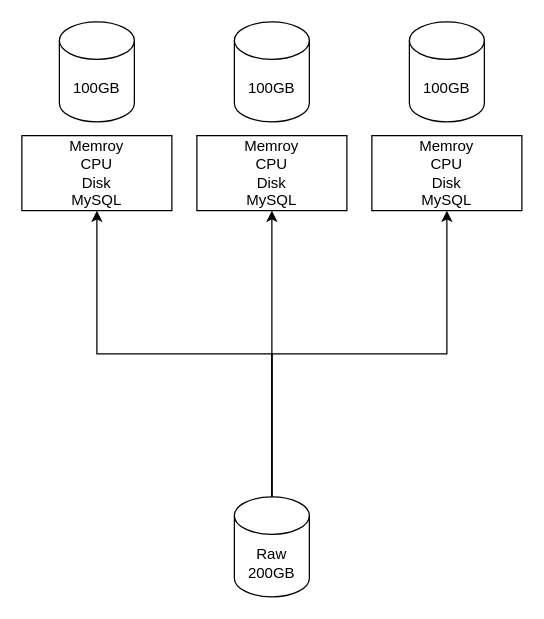
Above: page "Página-4" (4 of 4) of Apuntes-13-02-2024.drawio in KevinCordoba/RepositoriodeDiagramas (draw.io), before the change. Source tidied: cells renumbered, new cells numbered last; positions are measured from the earlier drawing's top-left corner, leaving out a move shared by most shapes. Both pictures are drawn from the tidied source at 125%, with x=0, y=0 at pixel (21, 21).
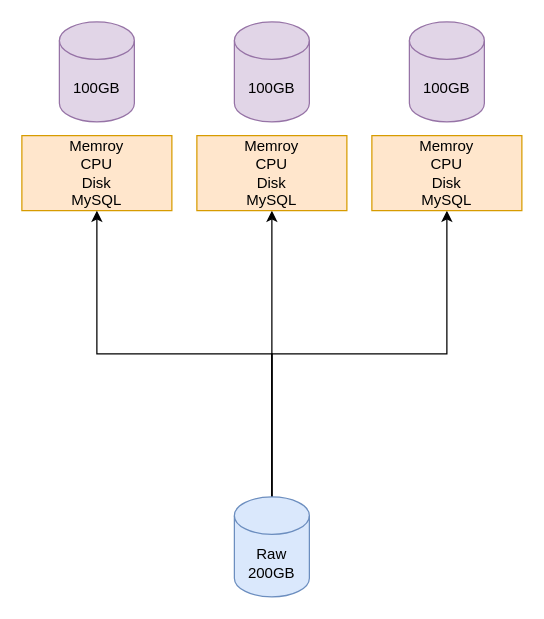
The same page after the edit.

What changed in the source:
```diff
@@
 <mxGraphModel>
   <root>
     <mxCell id="0" />
     <mxCell id="1" parent="0" />
-    <mxCell id="2" value="Memroy&lt;br&gt;CPU&lt;br&gt;Disk&lt;br&gt;MySQL" style="rounded=0;whiteSpace=wrap;html=1;" parent="1" vertex="1">
+    <mxCell id="2" value="Memroy&lt;br&gt;CPU&lt;br&gt;Disk&lt;br&gt;MySQL" style="rounded=0;whiteSpace=wrap;html=1;fillColor=#ffe6cc;strokeColor=#d79b00;" parent="1" vertex="1">
       <mxGeometry y="91" width="120" height="60" as="geometry" />
     </mxCell>
-    <mxCell id="3" value="100GB" style="shape=cylinder3;whiteSpace=wrap;html=1;boundedLbl=1;backgroundOutline=1;size=15;" parent="1" vertex="1">
+    <mxCell id="3" value="100GB" style="shape=cylinder3;whiteSpace=wrap;html=1;boundedLbl=1;backgroundOutline=1;size=15;fillColor=#e1d5e7;strokeColor=#9673a6;" parent="1" vertex="1">
       <mxGeometry x="30" width="60" height="80" as="geometry" />
     </mxCell>
     <mxCell id="4" style="edgeStyle=orthogonalEdgeStyle;rounded=0;jettySize=auto;html=1;exitX=0.5;exitY=0;exitDx=0;exitDy=0;exitPerimeter=0;entryX=0.5;entryY=1;entryDx=0;entryDy=0;" parent="1" edge="1" source="7" target="2">
       <mxGeometry relative="1" as="geometry" />
     </mxCell>
     <mxCell id="5" style="edgeStyle=orthogonalEdgeStyle;rounded=0;jettySize=auto;html=1;entryX=0.5;entryY=1;entryDx=0;entryDy=0;exitX=0.5;exitY=0;exitDx=0;exitDy=0;exitPerimeter=0;" parent="1" edge="1" source="7" target="8">
       <mxGeometry relative="1" as="geometry" />
     </mxCell>
     <mxCell id="6" style="edgeStyle=orthogonalEdgeStyle;rounded=0;jettySize=auto;html=1;exitX=0.5;exitY=0;exitDx=0;exitDy=0;exitPerimeter=0;" parent="1" edge="1" source="7" target="10">
       <mxGeometry relative="1" as="geometry" />
     </mxCell>
-    <mxCell id="7" value="Raw&lt;br&gt;200GB" style="shape=cylinder3;whiteSpace=wrap;html=1;boundedLbl=1;backgroundOutline=1;size=15;" parent="1" vertex="1">
+    <mxCell id="7" value="Raw&lt;br&gt;200GB" style="shape=cylinder3;whiteSpace=wrap;html=1;boundedLbl=1;backgroundOutline=1;size=15;fillColor=#dae8fc;strokeColor=#6c8ebf;" parent="1" vertex="1">
       <mxGeometry x="170" y="380" width="60" height="80" as="geometry" />
     </mxCell>
-    <mxCell id="8" value="Memroy&lt;br&gt;CPU&lt;br&gt;Disk&lt;br&gt;MySQL" style="rounded=0;whiteSpace=wrap;html=1;" parent="1" vertex="1">
+    <mxCell id="8" value="Memroy&lt;br&gt;CPU&lt;br&gt;Disk&lt;br&gt;MySQL" style="rounded=0;whiteSpace=wrap;html=1;fillColor=#ffe6cc;strokeColor=#d79b00;" parent="1" vertex="1">
       <mxGeometry x="140" y="91" width="120" height="60" as="geometry" />
     </mxCell>
-    <mxCell id="9" value="100GB" style="shape=cylinder3;whiteSpace=wrap;html=1;boundedLbl=1;backgroundOutline=1;size=15;" parent="1" vertex="1">
+    <mxCell id="9" value="100GB" style="shape=cylinder3;whiteSpace=wrap;html=1;boundedLbl=1;backgroundOutline=1;size=15;fillColor=#e1d5e7;strokeColor=#9673a6;" parent="1" vertex="1">
       <mxGeometry x="170" width="60" height="80" as="geometry" />
     </mxCell>
-    <mxCell id="10" value="Memroy&lt;br&gt;CPU&lt;br&gt;Disk&lt;br&gt;MySQL" style="rounded=0;whiteSpace=wrap;html=1;" parent="1" vertex="1">
+    <mxCell id="10" value="Memroy&lt;br&gt;CPU&lt;br&gt;Disk&lt;br&gt;MySQL" style="rounded=0;whiteSpace=wrap;html=1;fillColor=#ffe6cc;strokeColor=#d79b00;" parent="1" vertex="1">
       <mxGeometry x="280" y="91" width="120" height="60" as="geometry" />
     </mxCell>
-    <mxCell id="11" value="100GB" style="shape=cylinder3;whiteSpace=wrap;html=1;boundedLbl=1;backgroundOutline=1;size=15;" parent="1" vertex="1">
+    <mxCell id="11" value="100GB" style="shape=cylinder3;whiteSpace=wrap;html=1;boundedLbl=1;backgroundOutline=1;size=15;fillColor=#e1d5e7;strokeColor=#9673a6;" parent="1" vertex="1">
       <mxGeometry x="310" width="60" height="80" as="geometry" />
     </mxCell>
   </root>
 </mxGraphModel>
```
